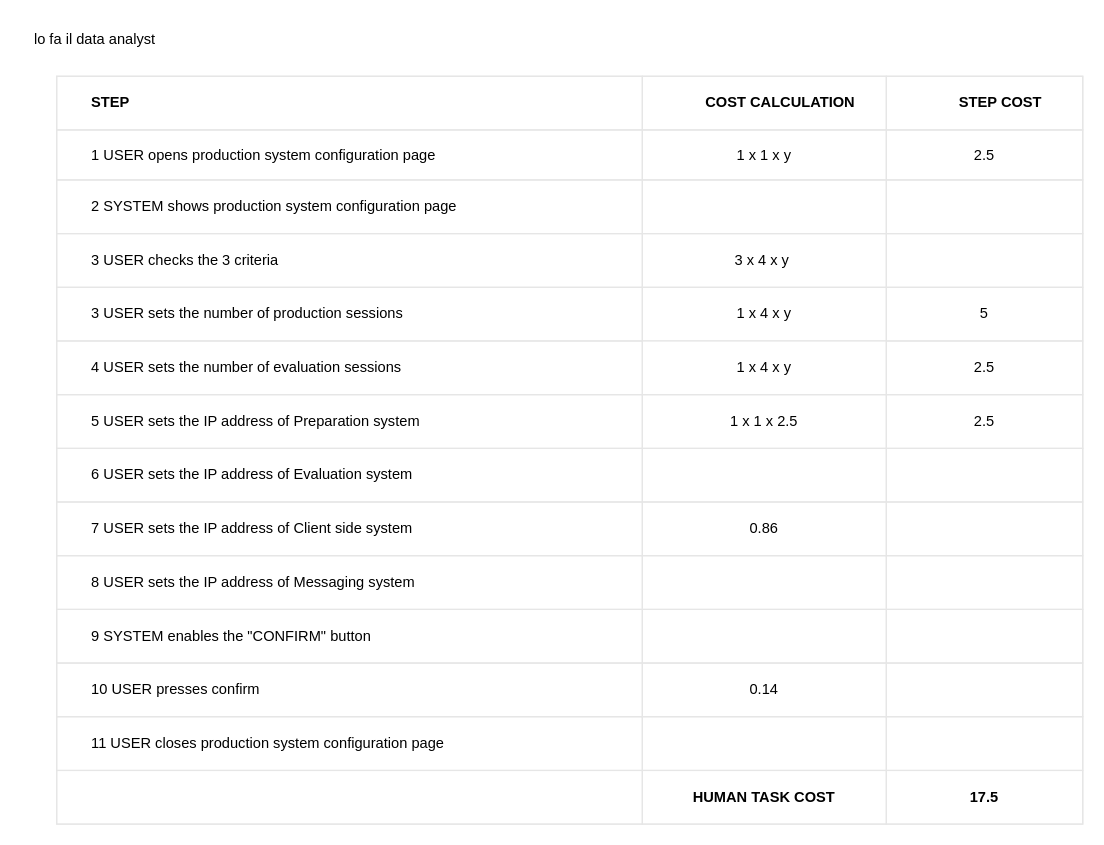
Above: configure/production system (JACO)/production_system_table.drawio in BaffoBello14/AutomaticDamagesRecognition (draw.io), before the change. Source tidied: cells renumbered, new cells numbered last; positions are measured from the earlier drawing's top-left corner, leaving out a move shared by most shapes. Both pictures are drawn from the tidied source at 122%, with x=0, y=0 at pixel (21, 21).
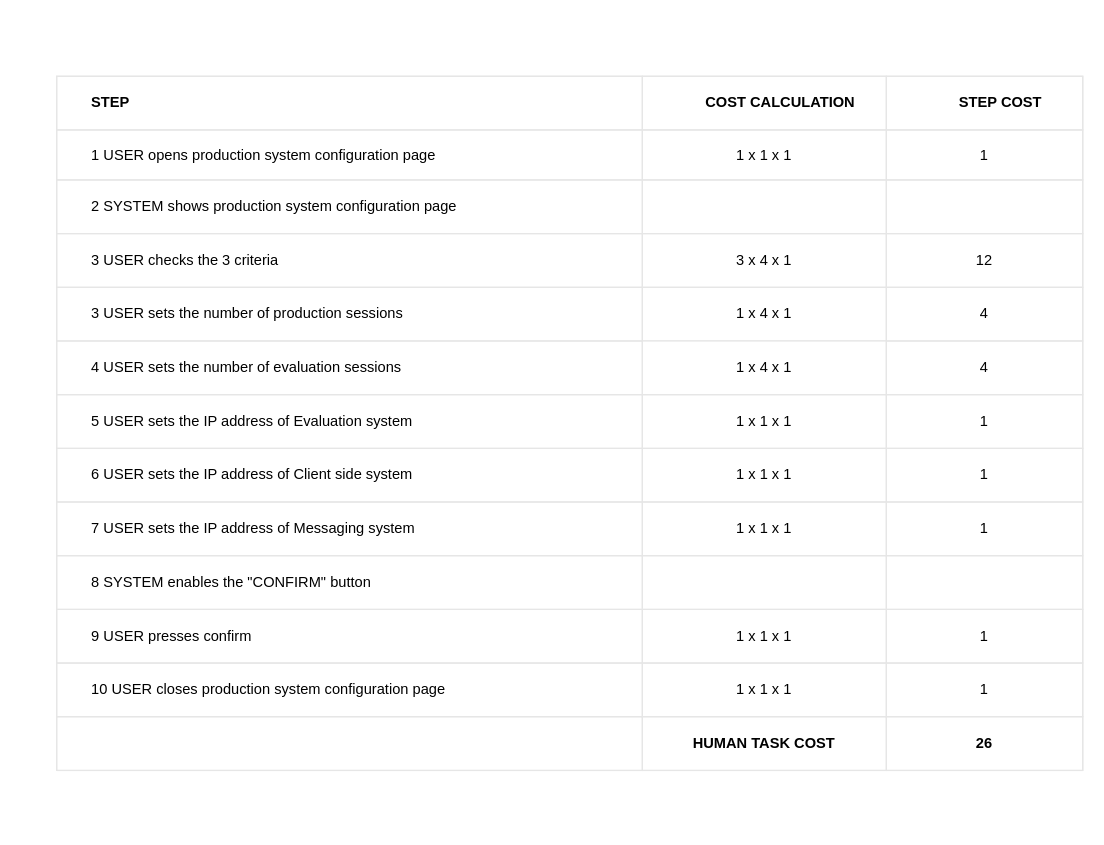
Above is the later version.

Commit message:
Refactor variable names for clarity and consistency

This commit refactors variable names in the codebase to improve clarity and maintain consistency.

The change refers to these unchanged cells:
```xml
<mxCell id="7" style="shape=tableRow;horizontal=0;startSize=0;swimlaneHead=0;swimlaneBody=0;top=0;left=0;bottom=0;right=0;fontStyle=0;fillColor=none;strokeColor=inherit;align=center;" parent="2" vertex="1">
  <mxGeometry y="44" width="841" height="41" as="geometry" />
</mxCell>
<mxCell id="15" style="shape=tableRow;horizontal=0;startSize=0;swimlaneHead=0;swimlaneBody=0;top=0;left=0;bottom=0;right=0;fontStyle=0;fillColor=none;strokeColor=inherit;align=center;" parent="2" vertex="1">
  <mxGeometry y="129" width="841" height="44" as="geometry" />
</mxCell>
<mxCell id="19" style="shape=tableRow;horizontal=0;startSize=0;swimlaneHead=0;swimlaneBody=0;top=0;left=0;bottom=0;right=0;fontStyle=0;fillColor=none;strokeColor=inherit;align=center;" parent="2" vertex="1">
  <mxGeometry y="173" width="841" height="44" as="geometry" />
</mxCell>
<mxCell id="23" style="shape=tableRow;horizontal=0;startSize=0;swimlaneHead=0;swimlaneBody=0;top=0;left=0;bottom=0;right=0;fontStyle=0;fillColor=none;strokeColor=inherit;align=center;" parent="2" vertex="1">
  <mxGeometry y="217" width="841" height="44" as="geometry" />
</mxCell>
```

Change to the diagram source:
```diff
@@
     <mxCell id="2" style="childLayout=tableLayout;shadow=0;strokeColor=#E6E6E6;align=center;" parent="1" vertex="1">
-      <mxGeometry x="29" y="45" width="841" height="613" as="geometry" />
+      <mxGeometry x="29" y="45" width="841" height="569" as="geometry" />
     </mxCell>
@@
-    <mxCell id="9" value="1 x 1 x y" style="strokeColor=inherit;fillColor=none;align=center;whiteSpace=wrap;html=1;" parent="7" vertex="1">
+    <mxCell id="9" value="1 x 1 x 1" style="strokeColor=inherit;fillColor=none;align=center;whiteSpace=wrap;html=1;" parent="7" vertex="1">
       <mxGeometry x="480" width="200" height="41" as="geometry" />
     </mxCell>
-    <mxCell id="10" value="2.5" style="strokeColor=inherit;fillColor=none;align=center;whiteSpace=wrap;html=1;" parent="7" vertex="1">
+    <mxCell id="10" value="1" style="strokeColor=inherit;fillColor=none;align=center;whiteSpace=wrap;html=1;" parent="7" vertex="1">
       <mxGeometry x="680" width="161" height="41" as="geometry" />
     </mxCell>
@@
-    <mxCell id="17" value="3 x 4 x y&amp;nbsp;" style="strokeColor=inherit;fillColor=none;align=center;whiteSpace=wrap;html=1;" parent="15" vertex="1">
+    <mxCell id="17" value="3 x 4 x 1" style="strokeColor=inherit;fillColor=none;align=center;whiteSpace=wrap;html=1;" parent="15" vertex="1">
       <mxGeometry x="480" width="200" height="44" as="geometry" />
     </mxCell>
-    <mxCell id="18" style="strokeColor=inherit;fillColor=none;align=center;whiteSpace=wrap;html=1;" parent="15" vertex="1">
+    <mxCell id="18" value="12" style="strokeColor=inherit;fillColor=none;align=center;whiteSpace=wrap;html=1;" parent="15" vertex="1">
       <mxGeometry x="680" width="161" height="44" as="geometry" />
     </mxCell>
@@
-    <mxCell id="21" value="1 x 4 x y" style="strokeColor=inherit;fillColor=none;align=center;whiteSpace=wrap;html=1;" parent="19" vertex="1">
+    <mxCell id="21" value="1 x 4 x 1" style="strokeColor=inherit;fillColor=none;align=center;whiteSpace=wrap;html=1;" parent="19" vertex="1">
       <mxGeometry x="480" width="200" height="44" as="geometry" />
     </mxCell>
-    <mxCell id="22" value="5" style="strokeColor=inherit;fillColor=none;align=center;whiteSpace=wrap;html=1;" parent="19" vertex="1">
+    <mxCell id="22" value="4" style="strokeColor=inherit;fillColor=none;align=center;whiteSpace=wrap;html=1;" parent="19" vertex="1">
       <mxGeometry x="680" width="161" height="44" as="geometry" />
     </mxCell>
@@
-    <mxCell id="25" value="1 x 4 x y" style="strokeColor=inherit;fillColor=default;align=center;whiteSpace=wrap;html=1;" parent="23" vertex="1">
+    <mxCell id="25" value="1 x 4 x 1" style="strokeColor=inherit;fillColor=default;align=center;whiteSpace=wrap;html=1;" parent="23" vertex="1">
       <mxGeometry x="480" width="200" height="44" as="geometry" />
     </mxCell>
-    <mxCell id="26" value="2.5" style="strokeColor=inherit;fillColor=none;align=center;whiteSpace=wrap;html=1;" parent="23" vertex="1">
+    <mxCell id="26" value="4" style="strokeColor=inherit;fillColor=none;align=center;whiteSpace=wrap;html=1;" parent="23" vertex="1">
       <mxGeometry x="680" width="161" height="44" as="geometry" />
     </mxCell>
-    <mxCell id="27" style="shape=tableRow;horizontal=0;startSize=0;swimlaneHead=0;swimlaneBody=0;top=0;left=0;bottom=0;right=0;fontStyle=0;fillColor=none;strokeColor=inherit;align=center;" parent="2" vertex="1">
-      <mxGeometry y="261" width="841" height="44" as="geometry" />
-    </mxCell>
-    <mxCell id="28" value="&lt;span style=&quot;border-color: var(--border-color);&quot;&gt;&#9;&lt;/span&gt;&lt;span style=&quot;white-space: pre;&quot;&gt;&#9;&lt;/span&gt;5&amp;nbsp;USER sets the IP address of Preparation system" style="strokeColor=inherit;fillColor=none;align=left;whiteSpace=wrap;html=1;labelPosition=center;verticalLabelPosition=middle;verticalAlign=middle;" parent="27" vertex="1">
-      <mxGeometry width="480" height="44" as="geometry" />
-    </mxCell>
-    <mxCell id="29" value="1 x 1 x 2.5" style="strokeColor=inherit;fillColor=none;align=center;whiteSpace=wrap;html=1;" parent="27" vertex="1">
-      <mxGeometry x="480" width="200" height="44" as="geometry" />
-    </mxCell>
-    <mxCell id="30" value="2.5" style="strokeColor=inherit;fillColor=none;align=center;whiteSpace=wrap;html=1;" parent="27" vertex="1">
-      <mxGeometry x="680" width="161" height="44" as="geometry" />
-    </mxCell>
     <mxCell id="31" style="shape=tableRow;horizontal=0;startSize=0;swimlaneHead=0;swimlaneBody=0;top=0;left=0;bottom=0;right=0;fontStyle=0;fillColor=none;strokeColor=inherit;align=center;" parent="2" vertex="1">
-      <mxGeometry y="305" width="841" height="44" as="geometry" />
+      <mxGeometry y="261" width="841" height="44" as="geometry" />
     </mxCell>
-    <mxCell id="32" value="&lt;span style=&quot;border-color: var(--border-color);&quot;&gt;&#9;&lt;/span&gt;&lt;span style=&quot;white-space: pre;&quot;&gt;&#9;&lt;/span&gt;6&amp;nbsp;USER sets the IP address of Evaluation system" style="strokeColor=inherit;fillColor=none;align=left;whiteSpace=wrap;html=1;labelPosition=center;verticalLabelPosition=middle;verticalAlign=middle;" parent="31" vertex="1">
+    <mxCell id="32" value="&lt;span style=&quot;border-color: var(--border-color);&quot;&gt;&#9;&lt;/span&gt;&lt;span style=&quot;white-space: pre;&quot;&gt;&#9;&lt;/span&gt;5&amp;nbsp;USER sets the IP address of Evaluation system" style="strokeColor=inherit;fillColor=none;align=left;whiteSpace=wrap;html=1;labelPosition=center;verticalLabelPosition=middle;verticalAlign=middle;" parent="31" vertex="1">
       <mxGeometry width="480" height="44" as="geometry" />
     </mxCell>
-    <mxCell id="33" style="strokeColor=inherit;fillColor=none;align=center;whiteSpace=wrap;html=1;" parent="31" vertex="1">
+    <mxCell id="33" value="1 x 1 x 1" style="strokeColor=inherit;fillColor=none;align=center;whiteSpace=wrap;html=1;" parent="31" vertex="1">
       <mxGeometry x="480" width="200" height="44" as="geometry" />
     </mxCell>
-    <mxCell id="34" style="strokeColor=inherit;fillColor=none;align=center;whiteSpace=wrap;html=1;" parent="31" vertex="1">
+    <mxCell id="34" value="1" style="strokeColor=inherit;fillColor=none;align=center;whiteSpace=wrap;html=1;" parent="31" vertex="1">
       <mxGeometry x="680" width="161" height="44" as="geometry" />
     </mxCell>
     <mxCell id="35" style="shape=tableRow;horizontal=0;startSize=0;swimlaneHead=0;swimlaneBody=0;top=0;left=0;bottom=0;right=0;fontStyle=0;fillColor=none;strokeColor=inherit;align=center;" parent="2" vertex="1">
-      <mxGeometry y="349" width="841" height="44" as="geometry" />
+      <mxGeometry y="305" width="841" height="44" as="geometry" />
     </mxCell>
-    <mxCell id="36" value="&lt;span style=&quot;border-color: var(--border-color);&quot;&gt;&#9;&lt;/span&gt;&lt;span style=&quot;white-space: pre;&quot;&gt;&#9;&lt;/span&gt;7&amp;nbsp;USER sets the IP address of Client side system" style="strokeColor=inherit;fillColor=none;align=left;whiteSpace=wrap;html=1;labelPosition=center;verticalLabelPosition=middle;verticalAlign=middle;" parent="35" vertex="1">
+    <mxCell id="36" value="&lt;span style=&quot;border-color: var(--border-color);&quot;&gt;&#9;&lt;/span&gt;&lt;span style=&quot;white-space: pre;&quot;&gt;&#9;&lt;/span&gt;6&amp;nbsp;USER sets the IP address of Client side system" style="strokeColor=inherit;fillColor=none;align=left;whiteSpace=wrap;html=1;labelPosition=center;verticalLabelPosition=middle;verticalAlign=middle;" parent="35" vertex="1">
       <mxGeometry width="480" height="44" as="geometry" />
     </mxCell>
-    <mxCell id="37" value="0.86" style="strokeColor=inherit;fillColor=none;align=center;whiteSpace=wrap;html=1;" parent="35" vertex="1">
+    <mxCell id="37" value="1 x 1 x 1" style="strokeColor=inherit;fillColor=none;align=center;whiteSpace=wrap;html=1;" parent="35" vertex="1">
       <mxGeometry x="480" width="200" height="44" as="geometry" />
     </mxCell>
-    <mxCell id="38" style="strokeColor=inherit;fillColor=none;align=center;whiteSpace=wrap;html=1;" parent="35" vertex="1">
+    <mxCell id="38" value="1" style="strokeColor=inherit;fillColor=none;align=center;whiteSpace=wrap;html=1;" parent="35" vertex="1">
       <mxGeometry x="680" width="161" height="44" as="geometry" />
     </mxCell>
     <mxCell id="39" style="shape=tableRow;horizontal=0;startSize=0;swimlaneHead=0;swimlaneBody=0;top=0;left=0;bottom=0;right=0;fontStyle=0;fillColor=none;strokeColor=inherit;align=center;" parent="2" vertex="1">
-      <mxGeometry y="393" width="841" height="44" as="geometry" />
+      <mxGeometry y="349" width="841" height="44" as="geometry" />
     </mxCell>
-    <mxCell id="40" value="&lt;span style=&quot;&quot;&gt;&#9;&lt;/span&gt;&lt;span style=&quot;border-color: var(--border-color);&quot;&gt;&#9;&lt;/span&gt;&lt;span style=&quot;white-space: pre;&quot;&gt;&#9;&lt;/span&gt;8&amp;nbsp;USER sets the IP address of Messaging system" style="strokeColor=inherit;fillColor=none;align=left;whiteSpace=wrap;html=1;labelPosition=center;verticalLabelPosition=middle;verticalAlign=middle;" parent="39" vertex="1">
+    <mxCell id="40" value="&lt;span style=&quot;&quot;&gt;&#9;&lt;/span&gt;&lt;span style=&quot;border-color: var(--border-color);&quot;&gt;&#9;&lt;/span&gt;&lt;span style=&quot;white-space: pre;&quot;&gt;&#9;&lt;/span&gt;7&amp;nbsp;USER sets the IP address of Messaging system" style="strokeColor=inherit;fillColor=none;align=left;whiteSpace=wrap;html=1;labelPosition=center;verticalLabelPosition=middle;verticalAlign=middle;" parent="39" vertex="1">
       <mxGeometry width="480" height="44" as="geometry" />
     </mxCell>
-    <mxCell id="41" style="strokeColor=inherit;fillColor=none;align=center;whiteSpace=wrap;html=1;" parent="39" vertex="1">
+    <mxCell id="41" value="1 x 1 x 1" style="strokeColor=inherit;fillColor=none;align=center;whiteSpace=wrap;html=1;" parent="39" vertex="1">
       <mxGeometry x="480" width="200" height="44" as="geometry" />
     </mxCell>
-    <mxCell id="42" style="strokeColor=inherit;fillColor=none;align=center;whiteSpace=wrap;html=1;" parent="39" vertex="1">
+    <mxCell id="42" value="1" style="strokeColor=inherit;fillColor=none;align=center;whiteSpace=wrap;html=1;" parent="39" vertex="1">
       <mxGeometry x="680" width="161" height="44" as="geometry" />
     </mxCell>
     <mxCell id="43" style="shape=tableRow;horizontal=0;startSize=0;swimlaneHead=0;swimlaneBody=0;top=0;left=0;bottom=0;right=0;fontStyle=0;fillColor=none;strokeColor=inherit;align=center;" parent="2" vertex="1">
-      <mxGeometry y="437" width="841" height="44" as="geometry" />
+      <mxGeometry y="393" width="841" height="44" as="geometry" />
     </mxCell>
-    <mxCell id="44" value="&lt;span style=&quot;border-color: var(--border-color);&quot;&gt;&#9;&lt;span style=&quot;white-space: pre;&quot;&gt;&#9;&lt;/span&gt;9&lt;/span&gt;&amp;nbsp;SYSTEM enables the &quot;CONFIRM&quot; button" style="strokeColor=inherit;fillColor=none;align=left;whiteSpace=wrap;html=1;labelPosition=center;verticalLabelPosition=middle;verticalAlign=middle;" parent="43" vertex="1">
+    <mxCell id="44" value="&lt;span style=&quot;border-color: var(--border-color);&quot;&gt;&#9;&lt;span style=&quot;white-space: pre;&quot;&gt;&#9;&lt;/span&gt;8&lt;/span&gt;&amp;nbsp;SYSTEM enables the &quot;CONFIRM&quot; button" style="strokeColor=inherit;fillColor=none;align=left;whiteSpace=wrap;html=1;labelPosition=center;verticalLabelPosition=middle;verticalAlign=middle;" parent="43" vertex="1">
       <mxGeometry width="480" height="44" as="geometry" />
     </mxCell>
@@
     <mxCell id="47" style="shape=tableRow;horizontal=0;startSize=0;swimlaneHead=0;swimlaneBody=0;top=0;left=0;bottom=0;right=0;fontStyle=0;fillColor=none;strokeColor=inherit;align=center;" parent="2" vertex="1">
-      <mxGeometry y="481" width="841" height="44" as="geometry" />
+      <mxGeometry y="437" width="841" height="44" as="geometry" />
     </mxCell>
-    <mxCell id="48" value="&lt;span style=&quot;border-color: var(--border-color);&quot;&gt;&#9;&lt;/span&gt;&lt;span style=&quot;white-space: pre;&quot;&gt;&#9;&lt;/span&gt;10&amp;nbsp;USER presses confirm" style="strokeColor=inherit;fillColor=none;align=left;whiteSpace=wrap;html=1;labelPosition=center;verticalLabelPosition=middle;verticalAlign=middle;" parent="47" vertex="1">
+    <mxCell id="48" value="&lt;span style=&quot;border-color: var(--border-color);&quot;&gt;&#9;&lt;/span&gt;&lt;span style=&quot;white-space: pre;&quot;&gt;&#9;&lt;/span&gt;9&amp;nbsp;USER presses confirm" style="strokeColor=inherit;fillColor=none;align=left;whiteSpace=wrap;html=1;labelPosition=center;verticalLabelPosition=middle;verticalAlign=middle;" parent="47" vertex="1">
       <mxGeometry width="480" height="44" as="geometry" />
     </mxCell>
-    <mxCell id="49" value="0.14" style="strokeColor=inherit;fillColor=none;align=center;whiteSpace=wrap;html=1;" parent="47" vertex="1">
+    <mxCell id="49" value="1 x 1 x 1" style="strokeColor=inherit;fillColor=none;align=center;whiteSpace=wrap;html=1;" parent="47" vertex="1">
       <mxGeometry x="480" width="200" height="44" as="geometry" />
     </mxCell>
-    <mxCell id="50" style="strokeColor=inherit;fillColor=none;align=center;whiteSpace=wrap;html=1;" parent="47" vertex="1">
+    <mxCell id="50" value="1" style="strokeColor=inherit;fillColor=none;align=center;whiteSpace=wrap;html=1;" parent="47" vertex="1">
       <mxGeometry x="680" width="161" height="44" as="geometry" />
     </mxCell>
     <mxCell id="51" style="shape=tableRow;horizontal=0;startSize=0;swimlaneHead=0;swimlaneBody=0;top=0;left=0;bottom=0;right=0;fontStyle=0;fillColor=none;strokeColor=inherit;align=center;" parent="2" vertex="1">
-      <mxGeometry y="525" width="841" height="44" as="geometry" />
+      <mxGeometry y="481" width="841" height="44" as="geometry" />
     </mxCell>
-    <mxCell id="52" value="&lt;span style=&quot;white-space: pre;&quot;&gt;&#9;&lt;/span&gt;11 USER closes production system configuration page" style="strokeColor=inherit;fillColor=none;align=left;whiteSpace=wrap;html=1;labelPosition=center;verticalLabelPosition=middle;verticalAlign=middle;" parent="51" vertex="1">
+    <mxCell id="52" value="&lt;span style=&quot;white-space: pre;&quot;&gt;&#9;&lt;/span&gt;10 USER closes production system configuration page" style="strokeColor=inherit;fillColor=none;align=left;whiteSpace=wrap;html=1;labelPosition=center;verticalLabelPosition=middle;verticalAlign=middle;" parent="51" vertex="1">
       <mxGeometry width="480" height="44" as="geometry" />
     </mxCell>
-    <mxCell id="53" style="strokeColor=inherit;fillColor=none;align=center;whiteSpace=wrap;html=1;" parent="51" vertex="1">
+    <mxCell id="53" value="1 x 1 x 1" style="strokeColor=inherit;fillColor=none;align=center;whiteSpace=wrap;html=1;" parent="51" vertex="1">
       <mxGeometry x="480" width="200" height="44" as="geometry" />
     </mxCell>
-    <mxCell id="54" style="strokeColor=inherit;fillColor=none;align=center;whiteSpace=wrap;html=1;" parent="51" vertex="1">
+    <mxCell id="54" value="1" style="strokeColor=inherit;fillColor=none;align=center;whiteSpace=wrap;html=1;" parent="51" vertex="1">
       <mxGeometry x="680" width="161" height="44" as="geometry" />
     </mxCell>
     <mxCell id="55" style="shape=tableRow;horizontal=0;startSize=0;swimlaneHead=0;swimlaneBody=0;top=0;left=0;bottom=0;right=0;fontStyle=0;fillColor=none;strokeColor=inherit;align=center;" parent="2" vertex="1">
-      <mxGeometry y="569" width="841" height="44" as="geometry" />
+      <mxGeometry y="525" width="841" height="44" as="geometry" />
     </mxCell>
@@
-    <mxCell id="58" value="17.5" style="strokeColor=inherit;fillColor=none;align=center;whiteSpace=wrap;html=1;fontStyle=1;" parent="55" vertex="1">
+    <mxCell id="58" value="26" style="strokeColor=inherit;fillColor=none;align=center;whiteSpace=wrap;html=1;fontStyle=1;" parent="55" vertex="1">
       <mxGeometry x="680" width="161" height="44" as="geometry" />
     </mxCell>
-    <mxCell id="59" value="lo fa il data analyst" style="text;html=1;align=center;verticalAlign=middle;strokeColor=none;fillColor=none;" parent="1" vertex="1">
-      <mxGeometry width="120" height="30" as="geometry" />
-    </mxCell>
```
